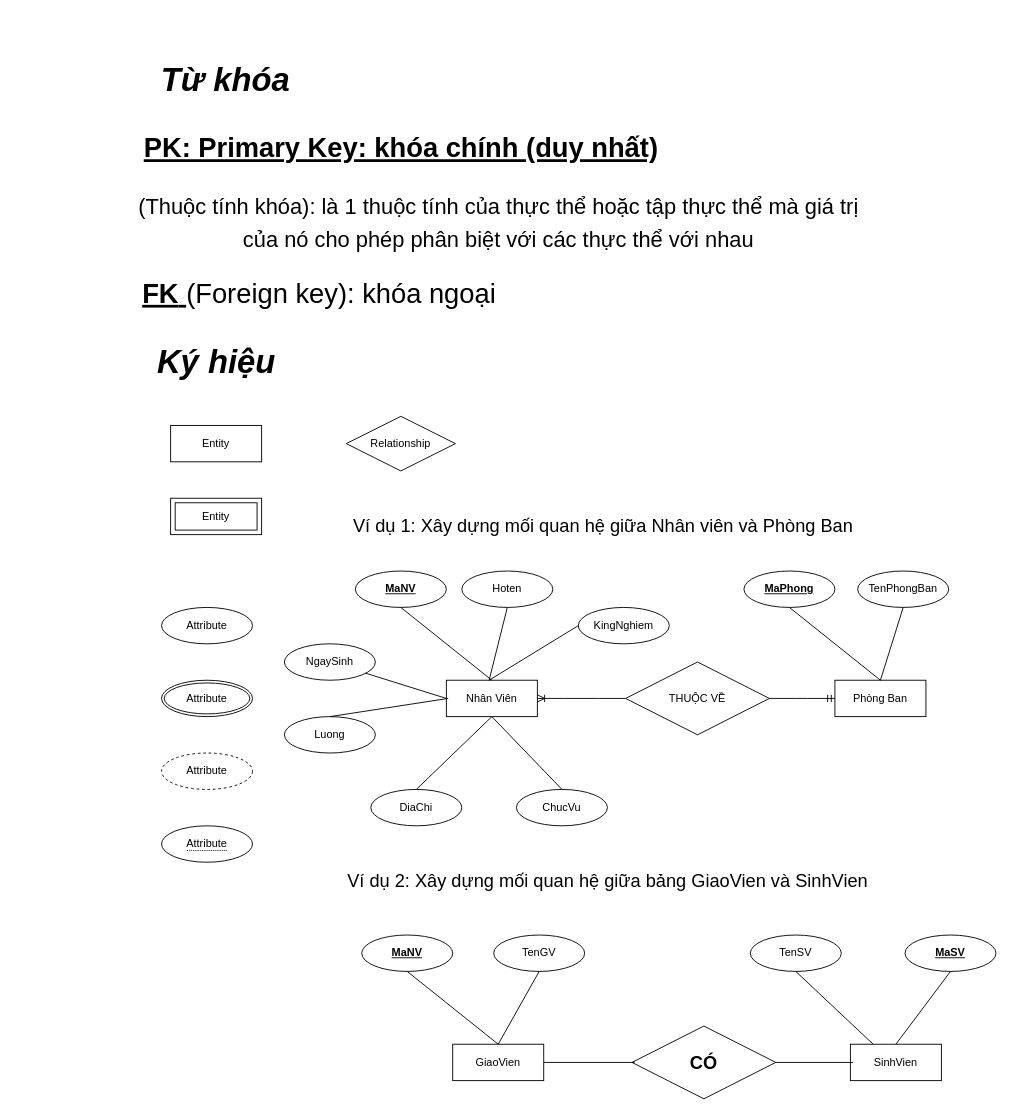
Before: page "Buổi 2" (2 of 4) of COM2012.drawio in tuannguyen-1309/Draw, a draw.io diagram. Source tidied: cells renumbered, new cells numbered last; positions are measured from the earlier drawing's top-left corner, leaving out a move shared by most shapes. Both pictures are drawn from the tidied source at 91%, with x=0, y=0 at pixel (129, 52).
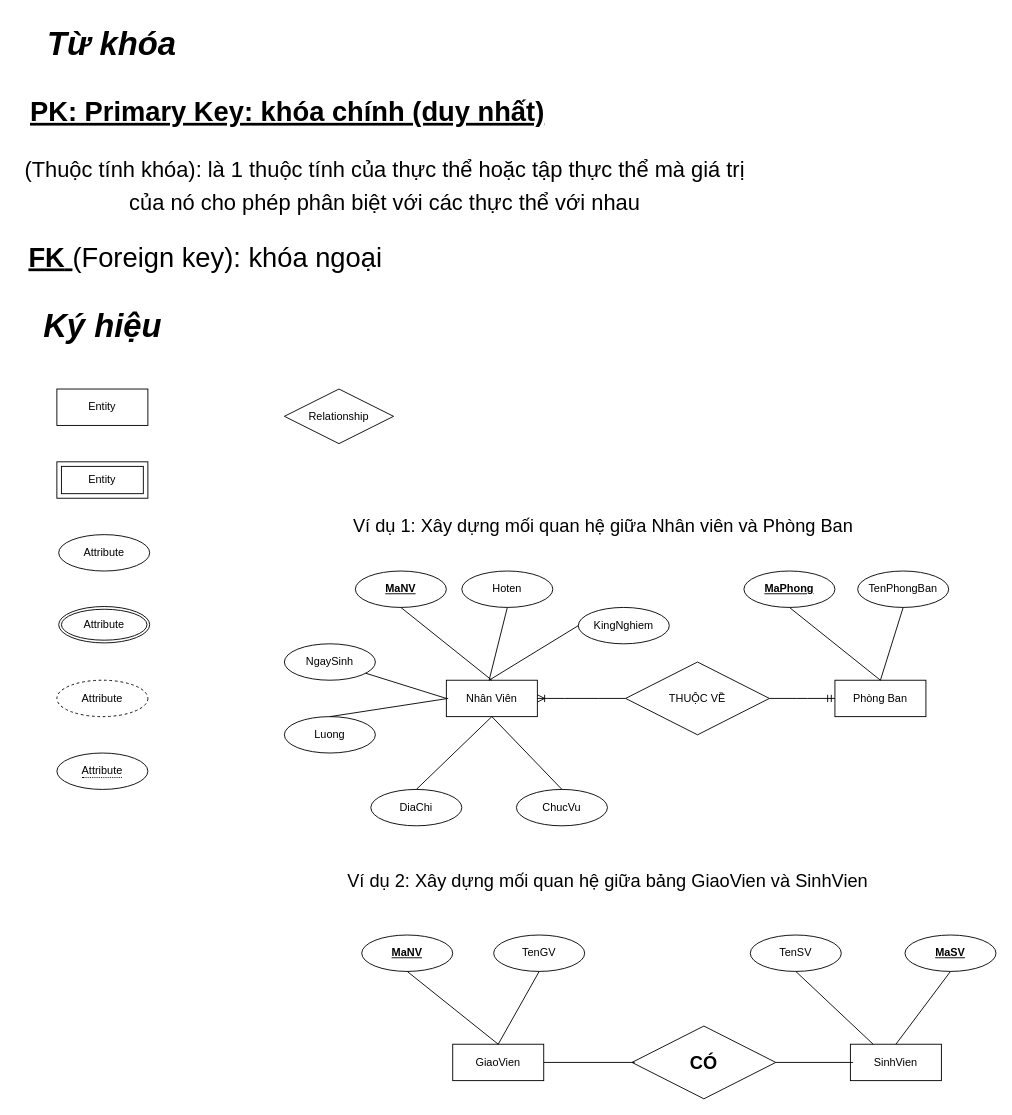
Above is the later version.

The edit, as a diff of the source:
```diff
@@
     <mxCell id="2" value="&lt;font style=&quot;font-size: 36px;&quot;&gt;&lt;span&gt;&lt;i&gt;Từ khóa&lt;/i&gt;&lt;/span&gt;&lt;/font&gt;" style="text;html=1;align=center;verticalAlign=middle;strokeColor=none;fillColor=none;fontStyle=1;" parent="1" vertex="1">
-      <mxGeometry x="20" width="170" height="60" as="geometry" />
+      <mxGeometry x="-105" y="-40" width="170" height="60" as="geometry" />
     </mxCell>
     <mxCell id="3" value="&lt;font style=&quot;font-size: 30px;&quot;&gt;&lt;b&gt;&lt;u&gt;PK: Primary Key: khóa chính (duy nhất)&lt;/u&gt;&lt;/b&gt;&lt;/font&gt;" style="text;html=1;align=center;verticalAlign=middle;strokeColor=none;fillColor=none;" parent="1" vertex="1">
-      <mxGeometry x="3" y="80" width="590" height="50" as="geometry" />
+      <mxGeometry x="-122" y="40" width="590" height="50" as="geometry" />
     </mxCell>
     <mxCell id="4" value="&lt;font style=&quot;font-size: 30px;&quot;&gt;&lt;u&gt;&lt;b&gt;FK&lt;/b&gt; &lt;/u&gt;(Foreign key): khóa ngoại&lt;/font&gt;" style="text;html=1;align=center;verticalAlign=middle;strokeColor=none;fillColor=none;" parent="1" vertex="1">
-      <mxGeometry x="3" y="240" width="410" height="50" as="geometry" />
+      <mxGeometry x="-122" y="200" width="410" height="50" as="geometry" />
     </mxCell>
     <mxCell id="5" value="&lt;font style=&quot;font-size: 36px;&quot;&gt;&lt;b&gt;&lt;i&gt;Ký hiệu&lt;/i&gt;&lt;/b&gt;&lt;/font&gt;" style="text;html=1;align=center;verticalAlign=middle;strokeColor=none;fillColor=none;" parent="1" vertex="1">
-      <mxGeometry x="20" y="310" width="150" height="60" as="geometry" />
+      <mxGeometry x="-105" y="270" width="150" height="60" as="geometry" />
     </mxCell>
     <mxCell id="6" value="&lt;font style=&quot;font-size: 24px;&quot;&gt;(Thuộc tính khóa): là 1 thuộc tính của thực thể hoặc tập thực thể mà giá trị &lt;br&gt;của nó cho phép phân biệt với các thực thể với nhau&lt;/font&gt;" style="text;html=1;align=center;verticalAlign=middle;strokeColor=none;fillColor=none;fontSize=30;" parent="1" vertex="1">
-      <mxGeometry y="140" width="810" height="90" as="geometry" />
+      <mxGeometry x="-125" y="100" width="810" height="90" as="geometry" />
     </mxCell>
@@
     <mxCell id="8" value="Entity" style="whiteSpace=wrap;html=1;align=center;" parent="1" vertex="1">
-      <mxGeometry x="45" y="410" width="100" height="40" as="geometry" />
+      <mxGeometry x="-80" y="370" width="100" height="40" as="geometry" />
     </mxCell>
     <mxCell id="9" value="Entity" style="shape=ext;margin=3;double=1;whiteSpace=wrap;html=1;align=center;" parent="1" vertex="1">
-      <mxGeometry x="45" y="490" width="100" height="40" as="geometry" />
+      <mxGeometry x="-80" y="450" width="100" height="40" as="geometry" />
     </mxCell>
     <mxCell id="10" value="Attribute" style="ellipse;whiteSpace=wrap;html=1;align=center;" parent="1" vertex="1">
-      <mxGeometry x="35" y="610" width="100" height="40" as="geometry" />
+      <mxGeometry x="-78" y="530" width="100" height="40" as="geometry" />
     </mxCell>
     <mxCell id="11" value="Attribute" style="ellipse;shape=doubleEllipse;margin=3;whiteSpace=wrap;html=1;align=center;" parent="1" vertex="1">
-      <mxGeometry x="35" y="690" width="100" height="40" as="geometry" />
+      <mxGeometry x="-78" y="609" width="100" height="40" as="geometry" />
     </mxCell>
     <mxCell id="12" value="Attribute" style="ellipse;whiteSpace=wrap;html=1;align=center;dashed=1;" parent="1" vertex="1">
-      <mxGeometry x="35" y="770" width="100" height="40" as="geometry" />
+      <mxGeometry x="-80" y="690" width="100" height="40" as="geometry" />
     </mxCell>
     <mxCell id="13" value="&lt;span style=&quot;border-bottom: 1px dotted&quot;&gt;Attribute&lt;/span&gt;" style="ellipse;whiteSpace=wrap;html=1;align=center;" parent="1" vertex="1">
-      <mxGeometry x="35" y="850" width="100" height="40" as="geometry" />
+      <mxGeometry x="-80" y="770" width="100" height="40" as="geometry" />
     </mxCell>
     <mxCell id="14" value="Relationship" style="shape=rhombus;perimeter=rhombusPerimeter;whiteSpace=wrap;html=1;align=center;" parent="1" vertex="1">
-      <mxGeometry x="238" y="400" width="120" height="60" as="geometry" />
+      <mxGeometry x="170" y="370" width="120" height="60" as="geometry" />
     </mxCell>
@@
+    <mxCell id="52" style="edgeStyle=orthogonalEdgeStyle;rounded=0;orthogonalLoop=1;jettySize=auto;html=1;exitX=0.5;exitY=1;exitDx=0;exitDy=0;" parent="1" edge="1" source="11" target="11">
+      <mxGeometry relative="1" as="geometry" />
+    </mxCell>
```
